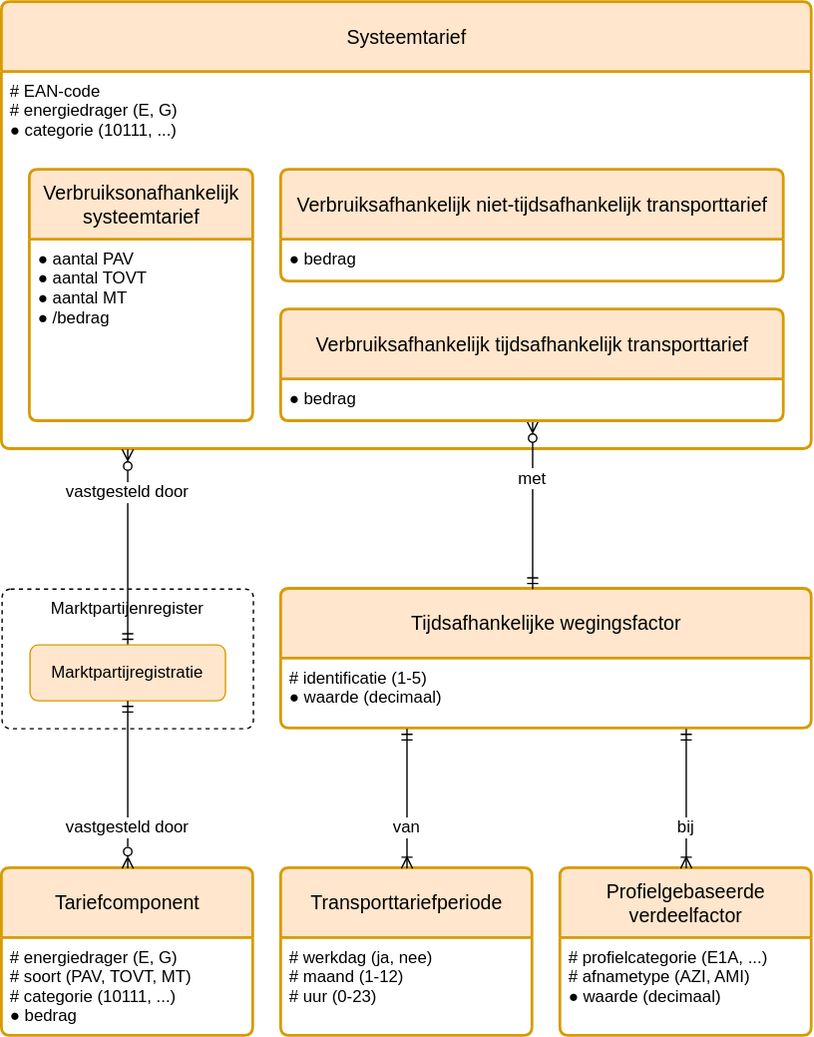
Netbeheer-Nederland/stelsel keeps this draw.io diagram as registers/tarievenregister/1.1/tarievenregister.drawio.svg. Above is the earlier version. Source tidied: cells renumbered, new cells last; positions are measured from the earlier drawing's top-left corner, leaving out a move shared by most shapes.
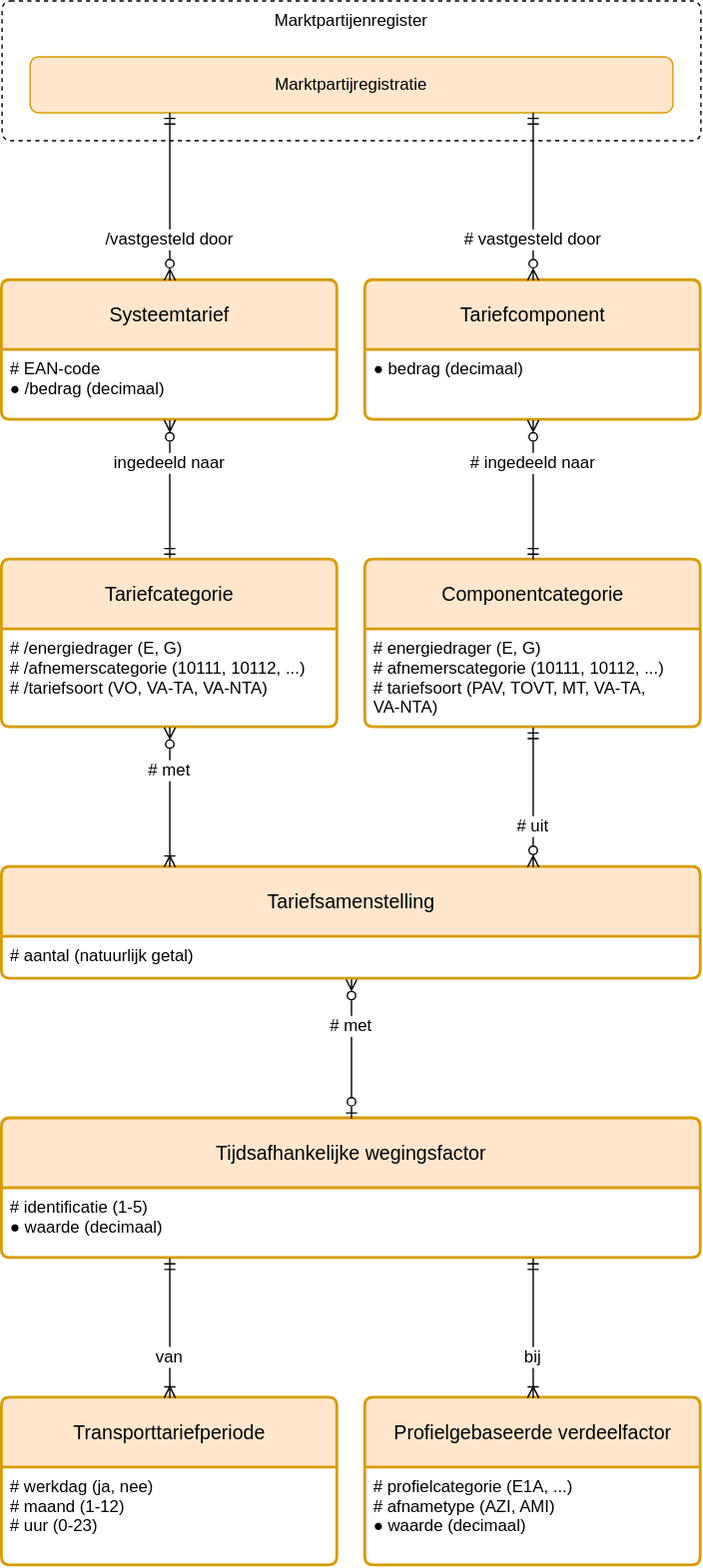
Above is the later version.

Commit message:
tarievenregister n.a.v. eerste opmerkingen

Diff of the diagram source:
```diff
@@ -2,47 +2,47 @@
   <root>
     <mxCell id="0" />
     <mxCell id="1" parent="0" />
+    <mxCell id="25" value="Componentcategorie" style="swimlane;horizontal=1;startSize=50;rounded=1;fontSize=14;fontStyle=0;strokeWidth=2;shadow=0;dashed=0;align=center;fillColor=#ffe6cc;strokeColor=#d79b00;arcSize=4;whiteSpace=wrap;spacing=10;" parent="1" vertex="1">
+      <mxGeometry x="300" y="440" width="240" height="120" as="geometry" />
+    </mxCell>
+    <mxCell id="26" value="# energiedrager (E, G)&#10;# afnemerscategorie (10111, 10112, ...)&#10;# tariefsoort (PAV, TOVT, MT, VA-TA,&#10;   VA-NTA)&#10;" style="align=left;strokeColor=none;fillColor=none;spacingLeft=4;fontSize=12;verticalAlign=top;" parent="25" vertex="1">
+      <mxGeometry y="50" width="240" height="70" as="geometry" />
+    </mxCell>
     <mxCell id="2" value="Systeemtarief" style="swimlane;horizontal=1;startSize=50;rounded=1;fontSize=14;fontStyle=0;strokeWidth=2;shadow=0;dashed=0;align=center;fillColor=#ffe6cc;strokeColor=#d79b00;arcSize=4;whiteSpace=wrap;spacing=10;" parent="1" vertex="1">
-      <mxGeometry width="580" height="320" as="geometry" />
+      <mxGeometry x="40" y="240" width="240" height="100" as="geometry" />
     </mxCell>
-    <mxCell id="3" value="# EAN-code&#10;# energiedrager (E, G)&#10;● categorie (10111, ...)" style="align=left;strokeColor=none;fillColor=none;spacingLeft=4;fontSize=12;verticalAlign=top;" parent="2" vertex="1">
-      <mxGeometry y="50" width="580" height="270" as="geometry" />
-    </mxCell>
-    <mxCell id="4" value="Verbruiksonafhankelijk systeemtarief" style="swimlane;horizontal=1;startSize=50;rounded=1;fontSize=14;fontStyle=0;strokeWidth=2;shadow=0;dashed=0;align=center;fillColor=#ffe6cc;strokeColor=#d79b00;arcSize=4;whiteSpace=wrap;spacing=10;" parent="1" vertex="1">
-      <mxGeometry x="20" y="120" width="160" height="180" as="geometry" />
-    </mxCell>
-    <mxCell id="5" value="● aantal PAV&#10;● aantal TOVT&#10;● aantal MT&#10;● /bedrag" style="align=left;strokeColor=none;fillColor=none;spacingLeft=4;fontSize=12;verticalAlign=top;" parent="4" vertex="1">
-      <mxGeometry y="50" width="160" height="130" as="geometry" />
-    </mxCell>
-    <mxCell id="6" value="Verbruiksafhankelijk niet-tijdsafhankelijk transporttarief" style="swimlane;horizontal=1;startSize=50;rounded=1;fontSize=14;fontStyle=0;strokeWidth=2;shadow=0;dashed=0;align=center;fillColor=#ffe6cc;strokeColor=#d79b00;arcSize=4;whiteSpace=wrap;spacing=10;" parent="1" vertex="1">
-      <mxGeometry x="200" y="120" width="360" height="80" as="geometry" />
-    </mxCell>
-    <mxCell id="7" value="● bedrag" style="align=left;strokeColor=none;fillColor=none;spacingLeft=4;fontSize=12;verticalAlign=top;" parent="6" vertex="1">
-      <mxGeometry y="50" width="360" height="30" as="geometry" />
-    </mxCell>
-    <mxCell id="8" value="Tariefcomponent" style="swimlane;horizontal=1;startSize=50;rounded=1;fontSize=14;fontStyle=0;strokeWidth=2;shadow=0;dashed=0;align=center;fillColor=#ffe6cc;strokeColor=#d79b00;arcSize=4;whiteSpace=wrap;spacing=10;" parent="1" vertex="1">
-      <mxGeometry y="620" width="180" height="120" as="geometry" />
-    </mxCell>
-    <mxCell id="9" value="# energiedrager (E, G)&#10;# soort (PAV, TOVT, MT)&#10;# categorie (10111, ...)&#10;● bedrag" style="align=left;strokeColor=none;fillColor=none;spacingLeft=4;fontSize=12;verticalAlign=top;" parent="8" vertex="1">
-      <mxGeometry y="50" width="180" height="70" as="geometry" />
-    </mxCell>
+    <mxCell id="27" value="# EAN-code&#10;● /bedrag (decimaal)" style="align=left;strokeColor=none;fillColor=none;spacingLeft=4;fontSize=12;verticalAlign=top;" parent="2" vertex="1">
+      <mxGeometry y="50" width="240" height="50" as="geometry" />
+    </mxCell>
+    <mxCell id="28" value="ingedeeld naar" style="fontSize=12;endArrow=ERmandOne;startArrow=ERzeroToMany;rounded=0;startFill=0;endFill=0;verticalAlign=middle;strokeColor=default;labelBackgroundColor=default;fontColor=default;align=center;edgeStyle=elbowEdgeStyle;" parent="1" edge="1" source="2" target="33">
+      <mxGeometry x="-0.4" relative="1" as="geometry" />
+    </mxCell>
+    <mxCell id="21" value="Marktpartijenregister" style="rounded=1;whiteSpace=wrap;verticalAlign=top;sketch=0;fontSize=12;dashed=1;arcSize=12;absoluteArcSize=1;" parent="1" vertex="1">
+      <mxGeometry x="40" y="40" width="500" height="100" as="geometry" />
+    </mxCell>
+    <mxCell id="23" value="Marktpartijregistratie" style="rounded=1;arcSize=12;whiteSpace=wrap;align=center;fillColor=#ffe6cc;strokeColor=#d79b00;absoluteArcSize=1;horizontal=1;" parent="1" vertex="1">
+      <mxGeometry x="60" y="80" width="460" height="40" as="geometry" />
+    </mxCell>
+    <mxCell id="22" value="/vastgesteld door" style="fontSize=12;endArrow=ERmandOne;startArrow=ERzeroToMany;rounded=0;startFill=0;endFill=0;verticalAlign=middle;strokeColor=default;labelBackgroundColor=default;fontColor=default;align=center;edgeStyle=elbowEdgeStyle;exitX=0.5;exitY=0;exitDx=0;exitDy=0;" parent="1" edge="1" source="2" target="23">
+      <mxGeometry x="-0.5" relative="1" as="geometry" />
+    </mxCell>
     <mxCell id="10" value="Tijdsafhankelijke wegingsfactor" style="swimlane;horizontal=1;startSize=50;rounded=1;fontSize=14;fontStyle=0;strokeWidth=2;shadow=0;dashed=0;align=center;fillColor=#ffe6cc;strokeColor=#d79b00;arcSize=4;whiteSpace=wrap;spacing=10;" parent="1" vertex="1">
-      <mxGeometry x="200" y="420" width="380" height="100" as="geometry" />
+      <mxGeometry x="40" y="840" width="500" height="100" as="geometry" />
     </mxCell>
     <mxCell id="11" value="# identificatie (1-5)&#10;● waarde (decimaal)" style="align=left;strokeColor=none;fillColor=none;spacingLeft=4;fontSize=12;verticalAlign=top;" parent="10" vertex="1">
-      <mxGeometry y="50" width="380" height="50" as="geometry" />
+      <mxGeometry y="50" width="500" height="50" as="geometry" />
     </mxCell>
     <mxCell id="12" value="Transporttariefperiode" style="swimlane;horizontal=1;startSize=50;rounded=1;fontSize=14;fontStyle=0;strokeWidth=2;shadow=0;dashed=0;align=center;fillColor=#ffe6cc;strokeColor=#d79b00;arcSize=4;whiteSpace=wrap;spacing=10;" parent="1" vertex="1">
-      <mxGeometry x="200" y="620" width="180" height="120" as="geometry" />
+      <mxGeometry x="40" y="1040" width="240" height="120" as="geometry" />
     </mxCell>
     <mxCell id="13" value="# werkdag (ja, nee)&#10;# maand (1-12)&#10;# uur (0-23)" style="align=left;strokeColor=none;fillColor=none;spacingLeft=4;fontSize=12;verticalAlign=top;" parent="12" vertex="1">
-      <mxGeometry y="50" width="180" height="70" as="geometry" />
+      <mxGeometry y="50" width="240" height="70" as="geometry" />
     </mxCell>
     <mxCell id="14" value="Profielgebaseerde verdeelfactor" style="swimlane;horizontal=1;startSize=50;rounded=1;fontSize=14;fontStyle=0;strokeWidth=2;shadow=0;dashed=0;align=center;fillColor=#ffe6cc;strokeColor=#d79b00;arcSize=4;whiteSpace=wrap;spacing=10;" parent="1" vertex="1">
-      <mxGeometry x="400" y="620" width="180" height="120" as="geometry" />
+      <mxGeometry x="300" y="1040" width="240" height="120" as="geometry" />
     </mxCell>
     <mxCell id="15" value="# profielcategorie (E1A, ...)&#10;# afnametype (AZI, AMI)&#10;● waarde (decimaal)" style="align=left;strokeColor=none;fillColor=none;spacingLeft=4;fontSize=12;verticalAlign=top;" parent="14" vertex="1">
-      <mxGeometry y="50" width="180" height="70" as="geometry" />
+      <mxGeometry y="50" width="240" height="70" as="geometry" />
     </mxCell>
     <mxCell id="16" value="van" style="fontSize=12;endArrow=ERmandOne;startArrow=ERoneToMany;rounded=0;startFill=0;endFill=0;verticalAlign=middle;strokeColor=default;labelBackgroundColor=default;fontColor=default;align=center;edgeStyle=elbowEdgeStyle;" parent="1" edge="1" source="12" target="10">
       <mxGeometry x="-0.4" relative="1" as="geometry" />
@@ -50,25 +50,37 @@
     <mxCell id="17" value="bij" style="fontSize=12;endArrow=ERmandOne;startArrow=ERoneToMany;rounded=0;startFill=0;endFill=0;verticalAlign=middle;strokeColor=default;labelBackgroundColor=default;fontColor=default;align=center;edgeStyle=elbowEdgeStyle;" parent="1" edge="1" source="14" target="10">
       <mxGeometry x="-0.4" relative="1" as="geometry" />
     </mxCell>
-    <mxCell id="18" value="met" style="fontSize=12;endArrow=ERmandOne;startArrow=ERzeroToMany;rounded=0;startFill=0;endFill=0;verticalAlign=middle;strokeColor=default;labelBackgroundColor=default;fontColor=default;align=center;edgeStyle=elbowEdgeStyle;" parent="1" edge="1" source="19" target="10">
-      <mxGeometry x="-0.33" relative="1" as="geometry" />
-    </mxCell>
-    <mxCell id="19" value="Verbruiksafhankelijk tijdsafhankelijk transporttarief" style="swimlane;horizontal=1;startSize=50;rounded=1;fontSize=14;fontStyle=0;strokeWidth=2;shadow=0;dashed=0;align=center;fillColor=#ffe6cc;strokeColor=#d79b00;arcSize=4;whiteSpace=wrap;spacing=10;" parent="1" vertex="1">
-      <mxGeometry x="200" y="220" width="360" height="80" as="geometry" />
-    </mxCell>
-    <mxCell id="20" value="● bedrag" style="align=left;strokeColor=none;fillColor=none;spacingLeft=4;fontSize=12;verticalAlign=top;" parent="19" vertex="1">
-      <mxGeometry y="50" width="360" height="30" as="geometry" />
-    </mxCell>
-    <mxCell id="21" value="Marktpartijenregister" style="rounded=1;whiteSpace=wrap;verticalAlign=top;sketch=0;fontSize=12;dashed=1;arcSize=12;absoluteArcSize=1;" parent="1" vertex="1">
-      <mxGeometry y="420" width="180" height="100" as="geometry" />
-    </mxCell>
-    <mxCell id="22" value="vastgesteld door" style="fontSize=12;endArrow=ERmandOne;startArrow=ERzeroToMany;rounded=0;startFill=0;endFill=0;verticalAlign=middle;strokeColor=default;labelBackgroundColor=default;fontColor=default;align=center;edgeStyle=elbowEdgeStyle;" parent="1" edge="1" source="2" target="23">
-      <mxGeometry x="-0.57" relative="1" as="geometry" />
-    </mxCell>
-    <mxCell id="23" value="Marktpartijregistratie" style="rounded=1;arcSize=12;whiteSpace=wrap;align=center;fillColor=#ffe6cc;strokeColor=#d79b00;absoluteArcSize=1;horizontal=1;" parent="1" vertex="1">
-      <mxGeometry x="20" y="460" width="140" height="40" as="geometry" />
-    </mxCell>
+    <mxCell id="29" value="# met" style="fontSize=12;endArrow=ERzeroToOne;startArrow=ERzeroToMany;rounded=0;startFill=0;endFill=0;verticalAlign=middle;strokeColor=default;labelBackgroundColor=default;fontColor=default;align=center;edgeStyle=elbowEdgeStyle;" parent="1" edge="1" source="30" target="10">
+      <mxGeometry x="-0.34" relative="1" as="geometry" />
+    </mxCell>
+    <mxCell id="30" value="Tariefsamenstelling" style="swimlane;horizontal=1;startSize=50;rounded=1;fontSize=14;fontStyle=0;strokeWidth=2;shadow=0;dashed=0;align=center;fillColor=#ffe6cc;strokeColor=#d79b00;arcSize=4;whiteSpace=wrap;spacing=10;" parent="1" vertex="1">
+      <mxGeometry x="40" y="660" width="500" height="80" as="geometry" />
+    </mxCell>
+    <mxCell id="31" value="# aantal (natuurlijk getal)" style="align=left;strokeColor=none;fillColor=none;spacingLeft=4;fontSize=12;verticalAlign=top;" parent="30" vertex="1">
+      <mxGeometry y="50" width="500" height="30" as="geometry" />
+    </mxCell>
+    <mxCell id="32" value="# uit" style="fontSize=12;endArrow=ERmandOne;startArrow=ERzeroToMany;rounded=0;startFill=0;endFill=0;verticalAlign=middle;strokeColor=default;labelBackgroundColor=default;fontColor=default;align=center;edgeStyle=elbowEdgeStyle;" parent="1" edge="1" source="30" target="25">
+      <mxGeometry x="-0.4" relative="1" as="geometry" />
+    </mxCell>
+    <mxCell id="33" value="Tariefcategorie" style="swimlane;horizontal=1;startSize=50;rounded=1;fontSize=14;fontStyle=0;strokeWidth=2;shadow=0;dashed=0;align=center;fillColor=#ffe6cc;strokeColor=#d79b00;arcSize=4;whiteSpace=wrap;spacing=10;" parent="1" vertex="1">
+      <mxGeometry x="40" y="440" width="240" height="120" as="geometry" />
+    </mxCell>
+    <mxCell id="34" value="# /energiedrager (E, G)&#10;# /afnemerscategorie (10111, 10112, ...)&#10;# /tariefsoort (VO, VA-TA, VA-NTA)" style="align=left;strokeColor=none;fillColor=none;spacingLeft=4;fontSize=12;verticalAlign=top;" parent="33" vertex="1">
+      <mxGeometry y="50" width="240" height="70" as="geometry" />
+    </mxCell>
+    <mxCell id="35" value="# met" style="fontSize=12;endArrow=ERoneToMany;startArrow=ERzeroToMany;rounded=0;startFill=0;endFill=0;verticalAlign=middle;strokeColor=default;labelBackgroundColor=default;fontColor=default;align=center;edgeStyle=elbowEdgeStyle;" parent="1" edge="1" source="33" target="30">
+      <mxGeometry x="-0.4" relative="1" as="geometry" />
+    </mxCell>
+    <mxCell id="8" value="Tariefcomponent" style="swimlane;horizontal=1;startSize=50;rounded=1;fontSize=14;fontStyle=0;strokeWidth=2;shadow=0;dashed=0;align=center;fillColor=#ffe6cc;strokeColor=#d79b00;arcSize=4;whiteSpace=wrap;spacing=10;" parent="1" vertex="1">
+      <mxGeometry x="300" y="240" width="240" height="100" as="geometry" />
+    </mxCell>
+    <mxCell id="36" value="● bedrag (decimaal)" style="align=left;strokeColor=none;fillColor=none;spacingLeft=4;fontSize=12;verticalAlign=top;" parent="8" vertex="1">
+      <mxGeometry y="50" width="240" height="50" as="geometry" />
+    </mxCell>
+    <mxCell id="37" value="# ingedeeld naar" style="fontSize=12;endArrow=ERmandOne;startArrow=ERzeroToMany;rounded=0;startFill=0;endFill=0;verticalAlign=middle;strokeColor=default;labelBackgroundColor=default;fontColor=default;align=center;edgeStyle=elbowEdgeStyle;" parent="1" edge="1" source="8" target="25">
+      <mxGeometry x="-0.4" relative="1" as="geometry" />
+    </mxCell>
-    <mxCell id="24" value="vastgesteld door" style="fontSize=12;endArrow=ERmandOne;startArrow=ERzeroToMany;rounded=0;startFill=0;endFill=0;verticalAlign=middle;strokeColor=default;labelBackgroundColor=default;fontColor=default;align=center;edgeStyle=elbowEdgeStyle;" parent="1" edge="1" source="8" target="23">
+    <mxCell id="24" value="# vastgesteld door" style="fontSize=12;endArrow=ERmandOne;startArrow=ERzeroToMany;rounded=0;startFill=0;endFill=0;verticalAlign=middle;strokeColor=default;labelBackgroundColor=default;fontColor=default;align=center;edgeStyle=elbowEdgeStyle;exitX=0.5;exitY=0;exitDx=0;exitDy=0;" parent="1" edge="1" source="8" target="23">
       <mxGeometry x="-0.5" relative="1" as="geometry" />
     </mxCell>
   </root>
```
